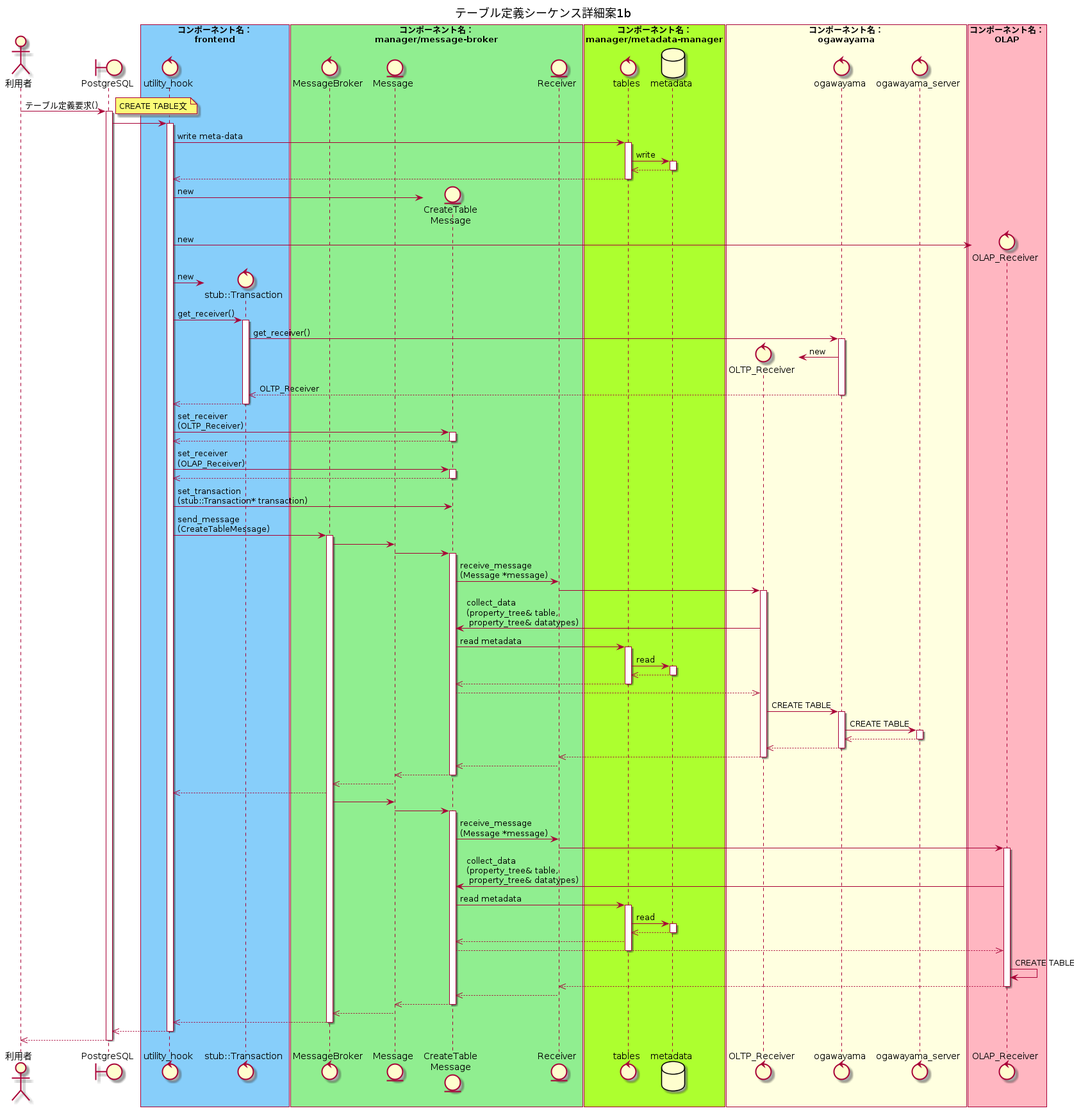
This is docs/design/img/out/CREATE_TABLE_detail/テーブル定義シーケンス詳細案1b.png from project-tsurugi/tsurugi_fdw, a PlantUML export, as it was before one commit. Its diagram source:
```plantuml
@startuml テーブル定義シーケンス詳細案1b

title テーブル定義シーケンス詳細案1b

actor 利用者
boundary PostgreSQL

box "コンポーネント名：\nfrontend" #LightSkyBlue
control utility_hook
control "stub::Transaction" as tran
end box

box "コンポーネント名：\nmanager/message-broker" #LightGreen
control MessageBroker
entity Message
entity "CreateTable\nMessage" as concrete_message
entity Receiver
end box

box "コンポーネント名：\nmanager/metadata-manager" #GreenYellow
control tables
database metadata
end box

box "コンポーネント名：\nogawayama" #LightYellow
control "OLTP_Receiver" as oltp_receiver
control "ogawayama" as ogawayama
control ogawayama_server
end box

box "コンポーネント名：\nOLAP" #LightPink
control "OLAP_Receiver" as olap_receiver
end box

利用者 -> PostgreSQL : テーブル定義要求()
activate PostgreSQL
note right
CREATE TABLE文
end note

PostgreSQL -> utility_hook
activate utility_hook
  utility_hook -> tables : write meta-data
  activate tables
    tables -> metadata : write
    activate metadata
    tables <<-- metadata
    deactivate metadata
    utility_hook <<-- tables
  deactivate tables

  create concrete_message
  utility_hook -> concrete_message : new
  create olap_receiver
  utility_hook -> olap_receiver : new

  create tran
  utility_hook -> tran : new
  utility_hook -> tran : get_receiver()
  activate tran
  tran -> ogawayama : get_receiver()
  activate ogawayama
  create oltp_receiver
  ogawayama -> oltp_receiver : new
  tran <<-- ogawayama : OLTP_Receiver
  deactivate ogawayama
  utility_hook <<-- tran
  deactivate tran
  utility_hook -> concrete_message : set_receiver\n(OLTP_Receiver)
  activate concrete_message
    utility_hook <<-- concrete_message
  deactivate concrete_message
  utility_hook -> concrete_message : set_receiver\n(OLAP_Receiver)
  activate concrete_message
    utility_hook <<-- concrete_message
  deactivate concrete_message

  utility_hook -> concrete_message : set_transaction\n(stub::Transaction* transaction)

  utility_hook -> MessageBroker : send_message\n(CreateTableMessage)
  activate MessageBroker

  MessageBroker -> Message
  Message -> concrete_message
  activate concrete_message
    concrete_message -> Receiver : receive_message\n(Message *message)
    Receiver -> oltp_receiver
    activate oltp_receiver
      oltp_receiver -> concrete_message : collect_data\n(property_tree& table,\n property_tree& datatypes)
      concrete_message -> tables : read metadata
      activate tables
        tables -> metadata : read
        activate metadata
        tables <<-- metadata
        deactivate metadata
        concrete_message <<-- tables
      deactivate tables
      oltp_receiver <<-- concrete_message
      oltp_receiver -> ogawayama : CREATE TABLE
      activate ogawayama
        ogawayama -> ogawayama_server : CREATE TABLE
          activate ogawayama_server
            ogawayama <<-- ogawayama_server
          deactivate ogawayama_server
        oltp_receiver <<-- ogawayama
      deactivate ogawayama
    Receiver <<-- oltp_receiver
    deactivate oltp_receiver
    concrete_message <<-- Receiver
  Message <<-- concrete_message
  deactivate concrete_message
  MessageBroker <<-- Message
  utility_hook <<-- MessageBroker
  MessageBroker -> Message
  Message -> concrete_message
  activate concrete_message
    concrete_message -> Receiver : receive_message\n(Message *message)
    Receiver -> olap_receiver
    activate olap_receiver
      olap_receiver -> concrete_message : collect_data\n(property_tree& table,\n property_tree& datatypes)
      concrete_message -> tables : read metadata
      activate tables
        tables -> metadata : read
        activate metadata
        tables <<-- metadata
        deactivate metadata
        concrete_message <<-- tables
        olap_receiver <<-- concrete_message
      deactivate tables
      olap_receiver -> olap_receiver : CREATE TABLE
      Receiver <<-- olap_receiver
      deactivate olap_receiver
      concrete_message <<-- Receiver
  Message <<-- concrete_message
  deactivate concrete_message
  MessageBroker <<-- Message
  utility_hook <<-- MessageBroker
  deactivate MessageBroker
PostgreSQL <<-- utility_hook
deactivate utility_hook
利用者 <<-- PostgreSQL
deactivate PostgreSQL

@enduml
```
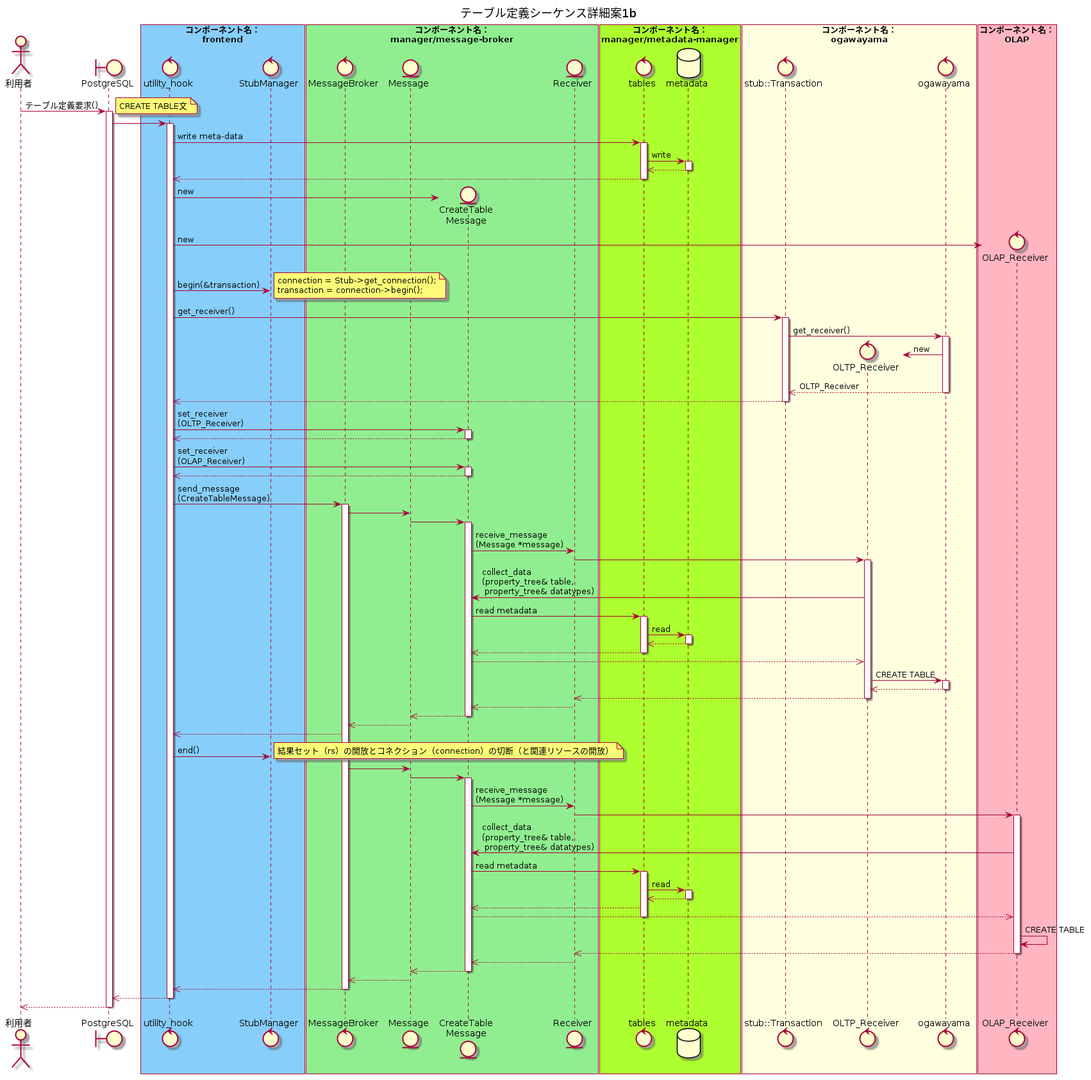
After the commit.

What changed in the source:
```diff
@@ -7,7 +7,7 @@
 
 box "コンポーネント名：\nfrontend" #LightSkyBlue
 control utility_hook
-control "stub::Transaction" as tran
+control StubManager
 end box
 
 box "コンポーネント名：\nmanager/message-broker" #LightGreen
@@ -23,9 +23,9 @@
 end box
 
 box "コンポーネント名：\nogawayama" #LightYellow
+control "stub::Transaction" as tran
 control "OLTP_Receiver" as oltp_receiver
 control "ogawayama" as ogawayama
-control ogawayama_server
 end box
 
 box "コンポーネント名：\nOLAP" #LightPink
@@ -54,8 +54,11 @@
   create olap_receiver
   utility_hook -> olap_receiver : new
 
-  create tran
-  utility_hook -> tran : new
+  utility_hook -> StubManager : begin(&transaction)
+  note right
+  connection = Stub->get_connection();
+  transaction = connection->begin();
+  end note
   utility_hook -> tran : get_receiver()
   activate tran
   tran -> ogawayama : get_receiver()
@@ -74,8 +77,6 @@
   activate concrete_message
     utility_hook <<-- concrete_message
   deactivate concrete_message
-
-  utility_hook -> concrete_message : set_transaction\n(stub::Transaction* transaction)
 
   utility_hook -> MessageBroker : send_message\n(CreateTableMessage)
   activate MessageBroker
@@ -98,11 +99,7 @@
       oltp_receiver <<-- concrete_message
       oltp_receiver -> ogawayama : CREATE TABLE
       activate ogawayama
-        ogawayama -> ogawayama_server : CREATE TABLE
-          activate ogawayama_server
-            ogawayama <<-- ogawayama_server
-          deactivate ogawayama_server
-        oltp_receiver <<-- ogawayama
+      oltp_receiver <<-- ogawayama
       deactivate ogawayama
     Receiver <<-- oltp_receiver
     deactivate oltp_receiver
@@ -111,6 +108,10 @@
   deactivate concrete_message
   MessageBroker <<-- Message
   utility_hook <<-- MessageBroker
+  utility_hook -> StubManager : end()
+  note right
+  結果セット（rs）の開放とコネクション（connection）の切断（と関連リソースの開放）
+  end note
   MessageBroker -> Message
   Message -> concrete_message
   activate concrete_message
```
